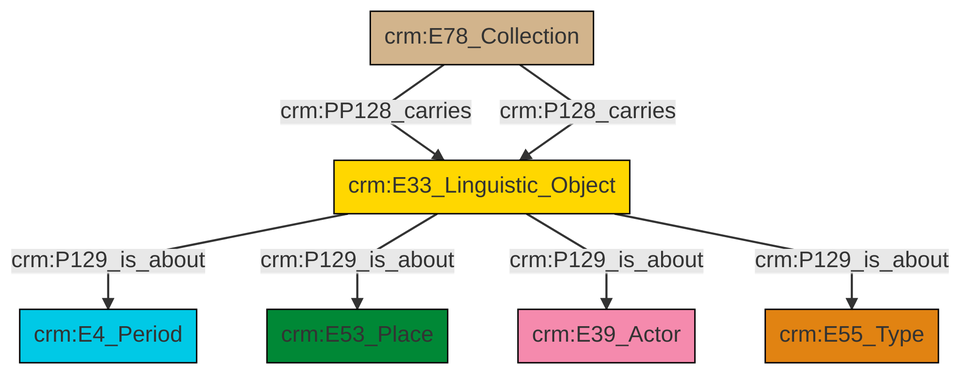
Earlier version of the Mermaid export et/archivalCSV/ttl/mmd/png/archival_aboutness.png (swiss-art-research-net/docs.swissartresearch). Its source is kept beside it as et/archivalCSV/ttl/mmd/archival_aboutness.ttl.mmd.
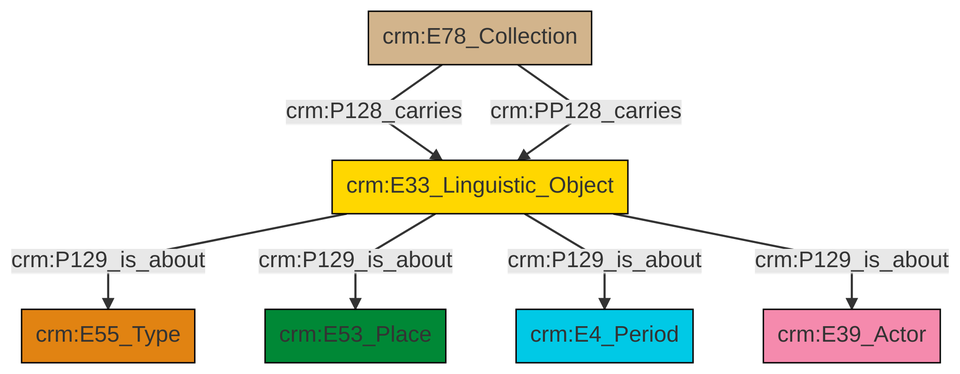
After the change.

What changed in the source:
```diff
@@ -13,9 +13,9 @@
 classDef PC_Classes fill:#4ce600, stroke:#000000;
 classDef Multi fill:#cccccc,stroke:#000000;
 
-0["crm:E78_Collection"]:::Physical_Thing -->|crm:PP128_carries| 1["crm:E33_Linguistic_Object"]:::Conceptual_Object
-1["crm:E33_Linguistic_Object"]:::Conceptual_Object -->|crm:P129_is_about| 2["crm:E4_Period"]:::Temporal_Entity
-1["crm:E33_Linguistic_Object"]:::Conceptual_Object -->|crm:P129_is_about| 3["crm:E53_Place"]:::Place
-0["crm:E78_Collection"]:::Physical_Thing -->|crm:P128_carries| 1["crm:E33_Linguistic_Object"]:::Conceptual_Object
-1["crm:E33_Linguistic_Object"]:::Conceptual_Object -->|crm:P129_is_about| 6["crm:E39_Actor"]:::Actor
-1["crm:E33_Linguistic_Object"]:::Conceptual_Object -->|crm:P129_is_about| 4["crm:E55_Type"]:::Type
+8["crm:E33_Linguistic_Object"]:::Conceptual_Object -->|crm:P129_is_about| 2["crm:E55_Type"]:::Type
+4["crm:E78_Collection"]:::Physical_Thing -->|crm:P128_carries| 8["crm:E33_Linguistic_Object"]:::Conceptual_Object
+8["crm:E33_Linguistic_Object"]:::Conceptual_Object -->|crm:P129_is_about| 0["crm:E53_Place"]:::Place
+8["crm:E33_Linguistic_Object"]:::Conceptual_Object -->|crm:P129_is_about| 6["crm:E4_Period"]:::Temporal_Entity
+4["crm:E78_Collection"]:::Physical_Thing -->|crm:PP128_carries| 8["crm:E33_Linguistic_Object"]:::Conceptual_Object
+8["crm:E33_Linguistic_Object"]:::Conceptual_Object -->|crm:P129_is_about| 10["crm:E39_Actor"]:::Actor
```
